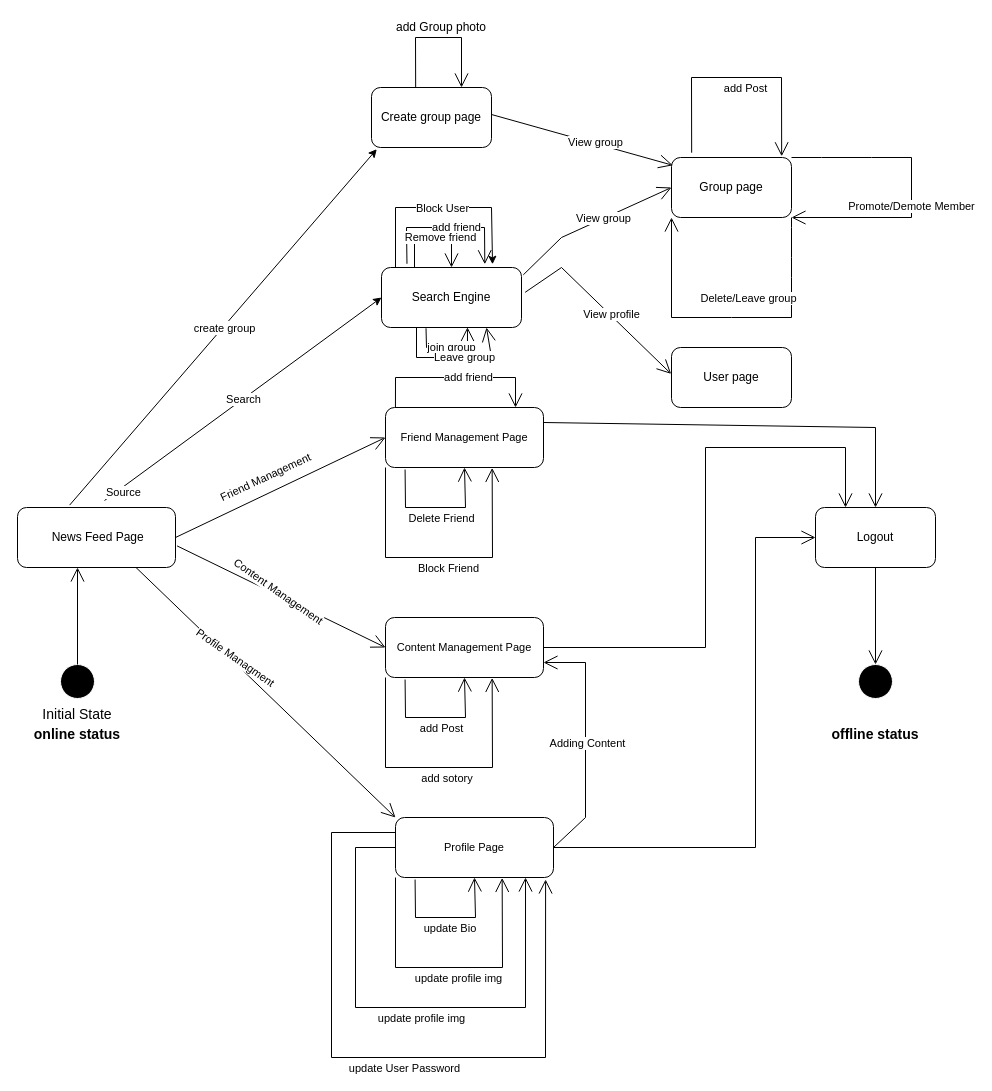
Earlier version of the draw.io diagram THE UMLs/Copy of UML State Diagram v1.1.drawio (0maroushdy/Connect_Hub). Source tidied: cells renumbered, new cells numbered last; positions are measured from the earlier drawing's top-left corner, leaving out a move shared by most shapes. Both pictures are drawn from the tidied source at 100%, with x=0, y=0 at pixel (17, 17).
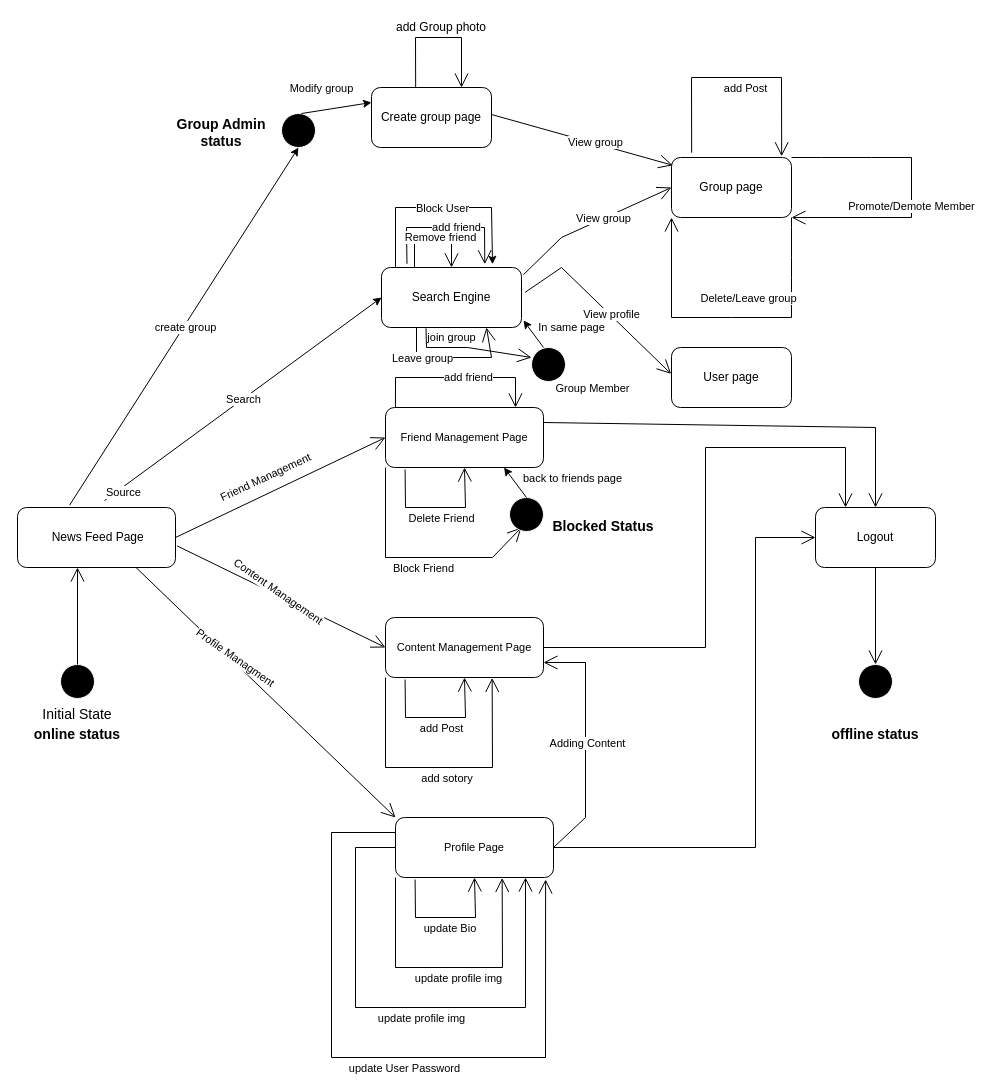
After the change.

Commit message:
added more states in state uml

The change refers to these unchanged cells:
```xml
<mxCell id="5" value="&amp;nbsp;News Feed Page" style="rounded=1;whiteSpace=wrap;html=1;" parent="1" vertex="1">
  <mxGeometry y="490" width="158" height="60" as="geometry" />
</mxCell>
<mxCell id="13" value="&lt;span style=&quot;font-size: 11px; text-wrap: nowrap; background-color: rgb(255, 255, 255);&quot;&gt;Friend Management Page&lt;/span&gt;" style="rounded=1;whiteSpace=wrap;html=1;" parent="1" vertex="1">
  <mxGeometry x="368" y="390" width="158" height="60" as="geometry" />
</mxCell>
<mxCell id="43" value="Search Engine" style="rounded=1;whiteSpace=wrap;html=1;" parent="1" vertex="1">
  <mxGeometry x="364" y="250" width="140" height="60" as="geometry" />
</mxCell>
<mxCell id="57" style="endArrow=open;endFill=1;endSize=12;html=1;rounded=0;exitX=0.25;exitY=1;exitDx=0;exitDy=0;entryX=0.75;entryY=1;entryDx=0;entryDy=0;" parent="1" edge="1" source="43" target="43">
  <mxGeometry relative="1" as="geometry">
    <Array as="points">
      <mxPoint x="399" y="340" />
      <mxPoint x="474" y="340" />
    </Array>
  </mxGeometry>
</mxCell>
<mxCell id="63" value="Create group page" style="rounded=1;whiteSpace=wrap;html=1;" parent="1" vertex="1">
  <mxGeometry x="354" y="70" width="120" height="60" as="geometry" />
</mxCell>
```

What changed in the source:
```diff
@@
-    <mxCell id="18" style="endArrow=open;endFill=1;endSize=12;html=1;rounded=0;exitX=0;exitY=1;exitDx=0;exitDy=0;entryX=0.675;entryY=1.007;entryDx=0;entryDy=0;entryPerimeter=0;" parent="1" edge="1" source="13" target="13">
+    <mxCell id="18" style="endArrow=open;endFill=1;endSize=12;html=1;rounded=0;exitX=0;exitY=1;exitDx=0;exitDy=0;" parent="1" edge="1" source="13">
       <mxGeometry relative="1" as="geometry">
+        <mxPoint x="504" y="510" as="targetPoint" />
         <Array as="points">
           <mxPoint x="368" y="540" />
           <mxPoint x="475" y="540" />
         </Array>
       </mxGeometry>
     </mxCell>
@@
-    <mxCell id="55" style="endArrow=open;endFill=1;endSize=12;html=1;rounded=0;exitX=0.318;exitY=1.013;exitDx=0;exitDy=0;exitPerimeter=0;entryX=0.614;entryY=0.996;entryDx=0;entryDy=0;entryPerimeter=0;" parent="1" edge="1" source="43" target="43">
+    <mxCell id="55" style="endArrow=open;endFill=1;endSize=12;html=1;rounded=0;exitX=0.318;exitY=1.013;exitDx=0;exitDy=0;exitPerimeter=0;" parent="1" edge="1" source="43">
       <mxGeometry relative="1" as="geometry">
+        <mxPoint x="514" y="340" as="targetPoint" />
         <Array as="points">
           <mxPoint x="409" y="330" />
           <mxPoint x="450" y="330" />
         </Array>
       </mxGeometry>
     </mxCell>
     <mxCell id="56" value="join group" style="edgeLabel;html=1;align=center;verticalAlign=middle;" parent="55" vertex="1">
       <mxGeometry x="0.14" y="1" relative="1" as="geometry">
-        <mxPoint x="-2" as="offset" />
+        <mxPoint x="-27" y="-11" as="offset" />
       </mxGeometry>
     </mxCell>
@@
     <mxCell id="58" value="Leave group" style="edgeLabel;html=1;align=center;verticalAlign=middle;" parent="57" vertex="1">
-      <mxGeometry x="0.14" y="1" relative="1" as="geometry" />
+      <mxGeometry x="0.14" y="1" relative="1" as="geometry">
+        <mxPoint x="-42" y="1" as="offset" />
+      </mxGeometry>
     </mxCell>
@@
-    <mxCell id="64" style="endArrow=classic;html=1;rounded=0;exitX=0.33;exitY=-0.04;exitDx=0;exitDy=0;exitPerimeter=0;entryX=0.044;entryY=1.028;entryDx=0;entryDy=0;entryPerimeter=0;" parent="1" edge="1" source="5" target="63">
+    <mxCell id="64" style="endArrow=classic;html=1;rounded=0;exitX=0.33;exitY=-0.04;exitDx=0;exitDy=0;exitPerimeter=0;entryX=0.5;entryY=1;entryDx=0;entryDy=0;" parent="1" edge="1" source="5" target="77">
       <mxGeometry relative="1" as="geometry" />
     </mxCell>
@@
+    <mxCell id="77" style="ellipse;whiteSpace=wrap;html=1;fillColor=#000000;fontColor=#ffffff;strokeColor=#ffffff;" parent="1" vertex="1">
+      <mxGeometry x="264" y="96" width="34" height="34" as="geometry" />
+    </mxCell>
+    <mxCell id="78" value="&lt;b&gt;&lt;font style=&quot;font-size: 14px;&quot;&gt;Group Admin status&lt;/font&gt;&lt;/b&gt;" style="text;html=1;align=center;verticalAlign=middle;whiteSpace=wrap;rounded=0;" parent="1" vertex="1">
+      <mxGeometry x="144" y="100" width="120" height="30" as="geometry" />
+    </mxCell>
+    <mxCell id="79" style="endArrow=classic;html=1;rounded=0;exitX=0.33;exitY=-0.04;exitDx=0;exitDy=0;exitPerimeter=0;entryX=0;entryY=0.25;entryDx=0;entryDy=0;" parent="1" edge="1" target="63">
+      <mxGeometry relative="1" as="geometry">
+        <mxPoint x="284" y="96" as="sourcePoint" />
+      </mxGeometry>
+    </mxCell>
+    <mxCell id="80" value="Modify group" style="edgeLabel;html=1;align=center;verticalAlign=middle;" parent="79" vertex="1">
+      <mxGeometry y="-1" relative="1" as="geometry">
+        <mxPoint x="-15" y="-21" as="offset" />
+      </mxGeometry>
+    </mxCell>
+    <mxCell id="81" style="ellipse;whiteSpace=wrap;html=1;fillColor=#000000;fontColor=#ffffff;strokeColor=#ffffff;" parent="1" vertex="1">
+      <mxGeometry x="492" y="480" width="34" height="34" as="geometry" />
+    </mxCell>
+    <mxCell id="82" value="&lt;b&gt;&lt;font style=&quot;font-size: 14px;&quot;&gt;Blocked Status&lt;/font&gt;&lt;/b&gt;" style="text;html=1;align=center;verticalAlign=middle;whiteSpace=wrap;rounded=0;" parent="1" vertex="1">
+      <mxGeometry x="526" y="494" width="120" height="30" as="geometry" />
+    </mxCell>
+    <mxCell id="83" style="endArrow=classic;html=1;rounded=0;exitX=0.5;exitY=0;exitDx=0;exitDy=0;entryX=0.75;entryY=1;entryDx=0;entryDy=0;" parent="1" edge="1" source="81" target="13">
+      <mxGeometry relative="1" as="geometry" />
+    </mxCell>
+    <mxCell id="84" value="back to friends page" style="edgeLabel;html=1;align=center;verticalAlign=middle;" parent="1" vertex="1">
+      <mxGeometry x="554" y="460" as="geometry" />
+    </mxCell>
+    <mxCell id="85" style="ellipse;whiteSpace=wrap;html=1;fillColor=#000000;fontColor=#ffffff;strokeColor=#ffffff;" parent="1" vertex="1">
+      <mxGeometry x="514" y="330" width="34" height="34" as="geometry" />
+    </mxCell>
+    <mxCell id="86" value="Group Member" style="edgeLabel;html=1;align=center;verticalAlign=middle;" parent="1" vertex="1">
+      <mxGeometry x="574" y="370" as="geometry" />
+    </mxCell>
+    <mxCell id="87" style="endArrow=classic;html=1;rounded=0;exitX=0.33;exitY=-0.04;exitDx=0;exitDy=0;exitPerimeter=0;entryX=1.014;entryY=0.882;entryDx=0;entryDy=0;entryPerimeter=0;" parent="1" edge="1" target="43">
+      <mxGeometry relative="1" as="geometry">
+        <mxPoint x="526" y="330" as="sourcePoint" />
+      </mxGeometry>
+    </mxCell>
+    <mxCell id="88" value="In same page" style="edgeLabel;html=1;align=center;verticalAlign=middle;" parent="87" vertex="1">
+      <mxGeometry y="-1" relative="1" as="geometry">
+        <mxPoint x="37" y="-6" as="offset" />
+      </mxGeometry>
+    </mxCell>
```
